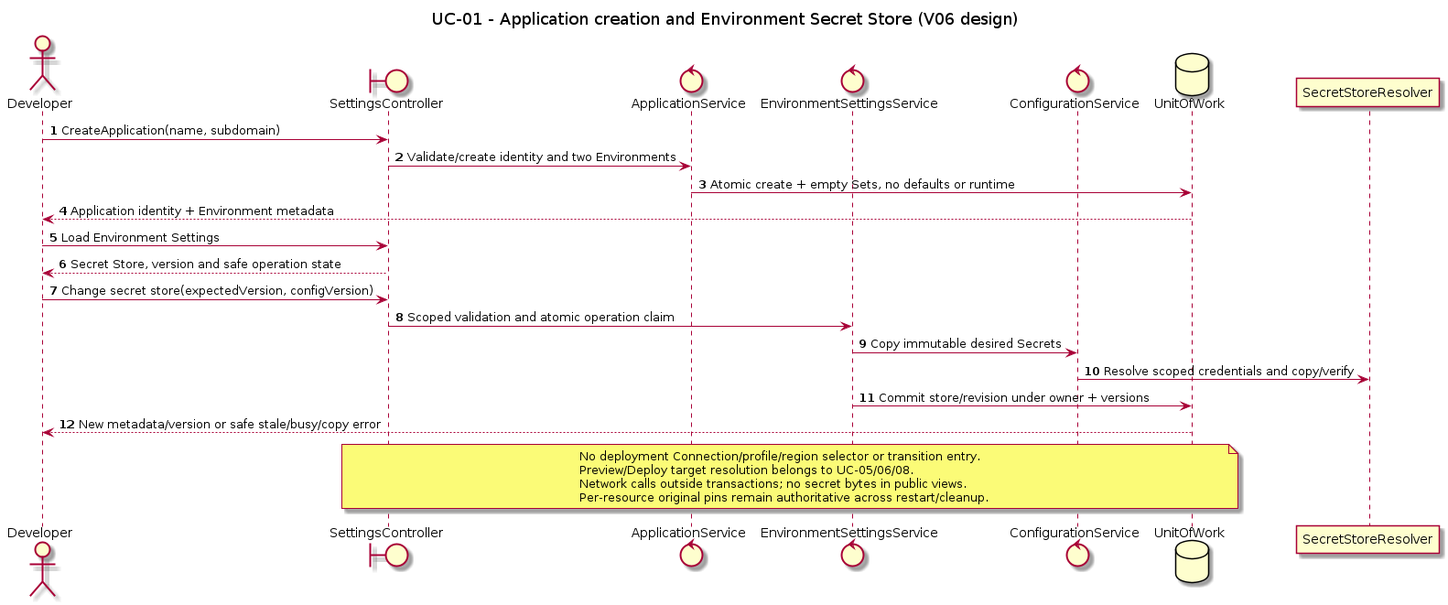
This is orchestrator_docs/usecase/UC-01/sequence.png from pr3s3nt/poc, a PlantUML export, as it was before one commit. Its source is kept beside it as orchestrator_docs/usecase/UC-01/sequence.puml. The source it was exported from:
```plantuml
@startuml
title UC-01 - Application creation and Environment Secret Store (V06 design)
autonumber
actor Developer as Dev
boundary SettingsController as API
control ApplicationService as Apps
control EnvironmentSettingsService as Settings
control ConfigurationService as Config
database UnitOfWork as DB
participant SecretStoreResolver as Stores
Dev -> API: CreateApplication(name, subdomain)
API -> Apps: Validate/create identity and two Environments
Apps -> DB: Atomic create + empty Sets, no defaults or runtime
DB --> Dev: Application identity + Environment metadata
Dev -> API: Load Environment Settings
API --> Dev: Secret Store, version and safe operation state
Dev -> API: Change secret store(expectedVersion, configVersion)
API -> Settings: Scoped validation and atomic operation claim
Settings -> Config: Copy immutable desired Secrets
Config -> Stores: Resolve scoped credentials and copy/verify
Settings -> DB: Commit store/revision under owner + versions
DB --> Dev: New metadata/version or safe stale/busy/copy error
note over API,DB
No deployment Connection/profile/region selector or transition entry.
Preview/Deploy target resolution belongs to UC-05/06/08.
Network calls outside transactions; no secret bytes in public views.
Per-resource original pins remain authoritative across restart/cleanup.
end note
@enduml
```
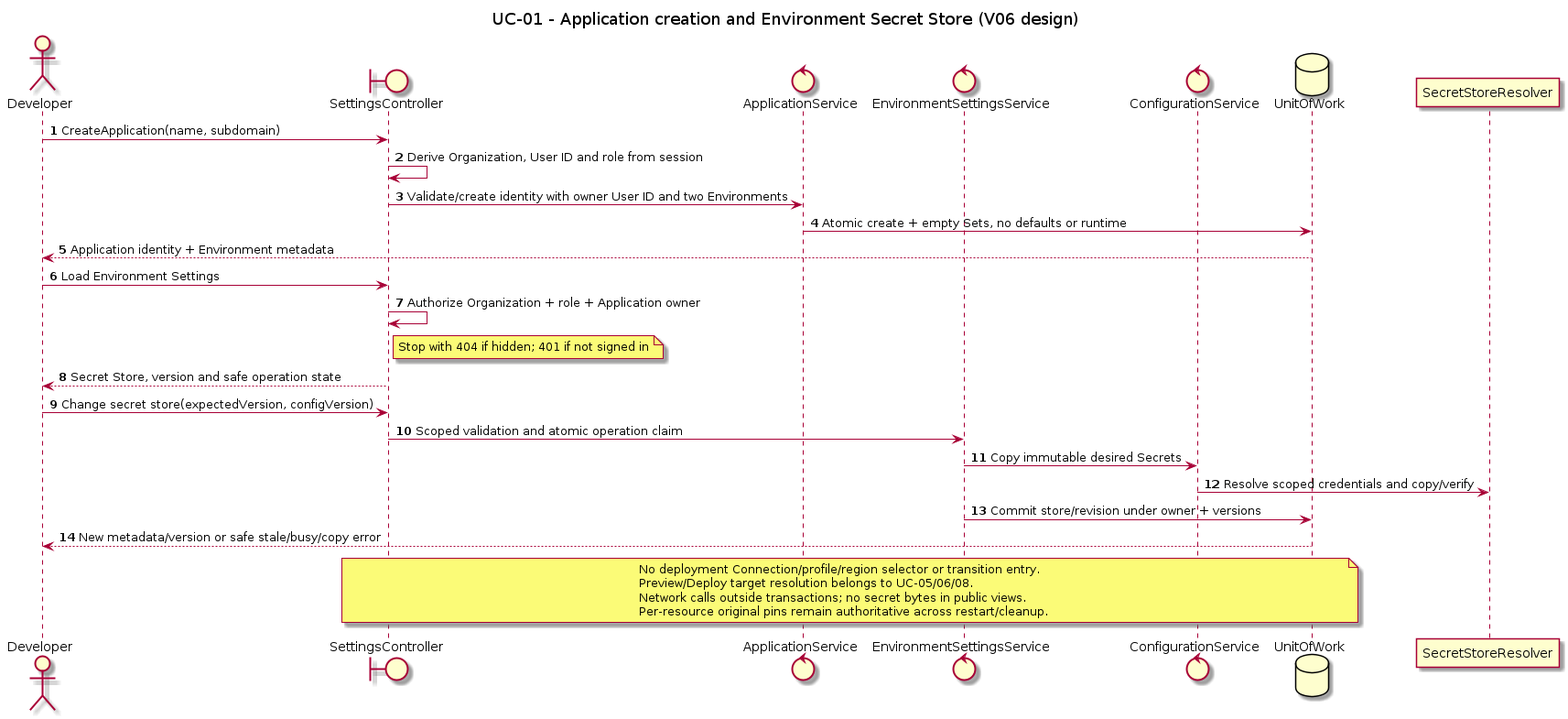
After the change.

The edit, as a diff of the source:
```diff
@@ -9,10 +9,13 @@
 database UnitOfWork as DB
 participant SecretStoreResolver as Stores
 Dev -> API: CreateApplication(name, subdomain)
-API -> Apps: Validate/create identity and two Environments
+API -> API: Derive Organization, User ID and role from session
+API -> Apps: Validate/create identity with owner User ID and two Environments
 Apps -> DB: Atomic create + empty Sets, no defaults or runtime
 DB --> Dev: Application identity + Environment metadata
 Dev -> API: Load Environment Settings
+API -> API: Authorize Organization + role + Application owner
+note right of API: Stop with 404 if hidden; 401 if not signed in
 API --> Dev: Secret Store, version and safe operation state
 Dev -> API: Change secret store(expectedVersion, configVersion)
 API -> Settings: Scoped validation and atomic operation claim
```
